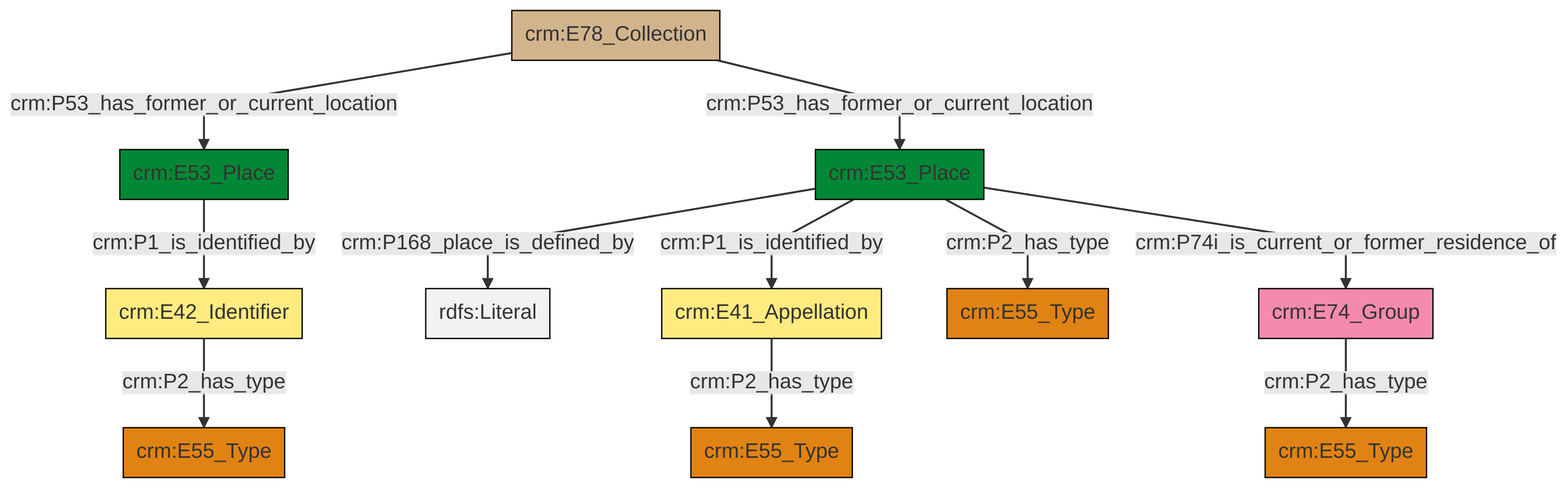
The Mermaid diagram et/archivalCSV/ttl/mmd/png/archival_location.png in swiss-art-research-net/docs.swissartresearch, before a commit. Its source is kept beside it as et/archivalCSV/ttl/mmd/archival_location.ttl.mmd.
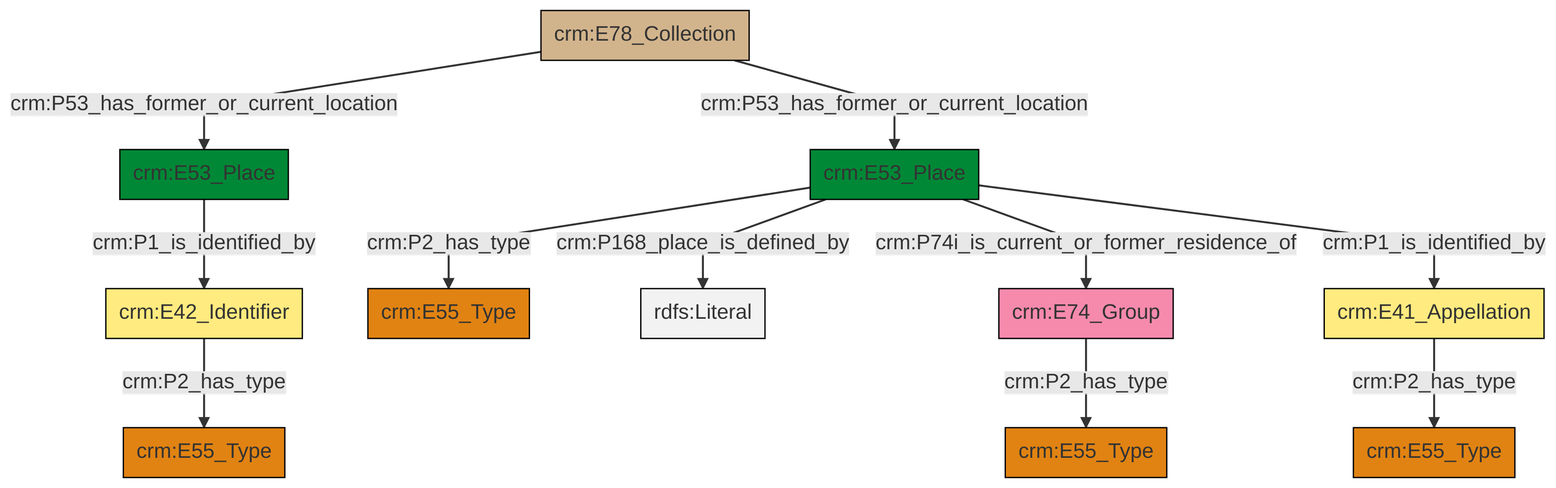
The same diagram one commit later.

Diff of the diagram source:
```diff
@@ -13,13 +13,13 @@
 classDef PC_Classes fill:#4ce600, stroke:#000000;
 classDef Multi fill:#cccccc,stroke:#000000;
 
-8["crm:E74_Group"]:::Actor -->|crm:P2_has_type| 6["crm:E55_Type"]:::Type
-4["crm:E42_Identifier"]:::Appellation -->|crm:P2_has_type| 0["crm:E55_Type"]:::Type
-12["crm:E53_Place"]:::Place -->|crm:P168_place_is_defined_by| 13[rdfs:Literal]:::Literal
-12["crm:E53_Place"]:::Place -->|crm:P1_is_identified_by| 10["crm:E41_Appellation"]:::Appellation
-12["crm:E53_Place"]:::Place -->|crm:P2_has_type| 2["crm:E55_Type"]:::Type
-15["crm:E53_Place"]:::Place -->|crm:P1_is_identified_by| 4["crm:E42_Identifier"]:::Appellation
-19["crm:E78_Collection"]:::Physical_Thing -->|crm:P53_has_former_or_current_location| 15["crm:E53_Place"]:::Place
-19["crm:E78_Collection"]:::Physical_Thing -->|crm:P53_has_former_or_current_location| 12["crm:E53_Place"]:::Place
-12["crm:E53_Place"]:::Place -->|crm:P74i_is_current_or_former_residence_of| 8["crm:E74_Group"]:::Actor
-10["crm:E41_Appellation"]:::Appellation -->|crm:P2_has_type| 16["crm:E55_Type"]:::Type
+2["crm:E53_Place"]:::Place -->|crm:P2_has_type| 3["crm:E55_Type"]:::Type
+4["crm:E78_Collection"]:::Physical_Thing -->|crm:P53_has_former_or_current_location| 5["crm:E53_Place"]:::Place
+5["crm:E53_Place"]:::Place -->|crm:P1_is_identified_by| 0["crm:E42_Identifier"]:::Appellation
+4["crm:E78_Collection"]:::Physical_Thing -->|crm:P53_has_former_or_current_location| 2["crm:E53_Place"]:::Place
+2["crm:E53_Place"]:::Place -->|crm:P168_place_is_defined_by| 9[rdfs:Literal]:::Literal
+11["crm:E74_Group"]:::Actor -->|crm:P2_has_type| 6["crm:E55_Type"]:::Type
+2["crm:E53_Place"]:::Place -->|crm:P74i_is_current_or_former_residence_of| 11["crm:E74_Group"]:::Actor
+0["crm:E42_Identifier"]:::Appellation -->|crm:P2_has_type| 12["crm:E55_Type"]:::Type
+14["crm:E41_Appellation"]:::Appellation -->|crm:P2_has_type| 18["crm:E55_Type"]:::Type
+2["crm:E53_Place"]:::Place -->|crm:P1_is_identified_by| 14["crm:E41_Appellation"]:::Appellation
```
